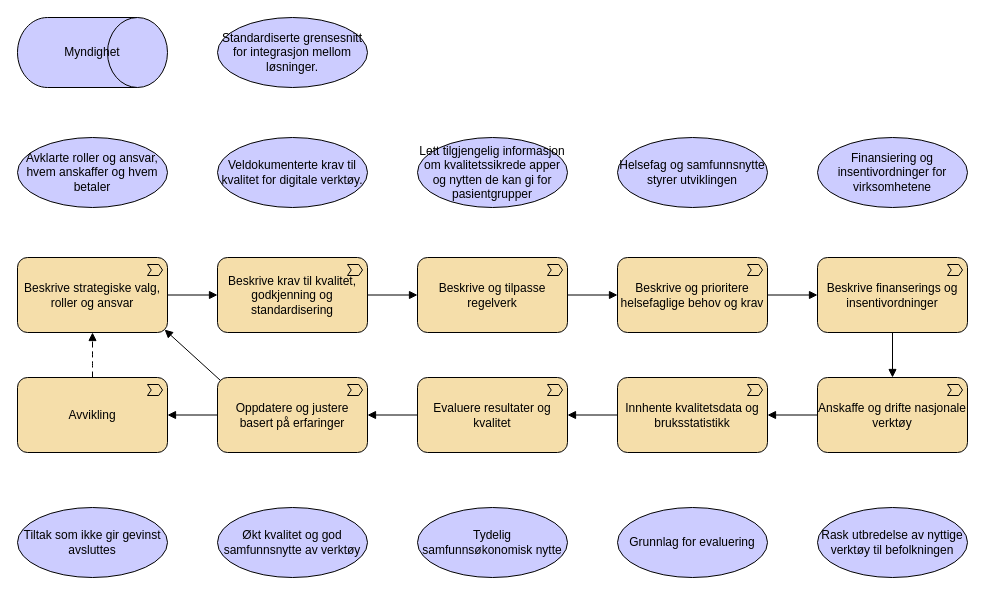
This is page "verdikjede-myndighet" (9 of 9) of docs/strategi/value-chain.drawio from hdir/Digital-Forstelinje, a draw.io file, before an edit. Source tidied: cells renumbered, new cells numbered last; positions are measured from the earlier drawing's top-left corner, leaving out a move shared by most shapes. Both pictures are drawn from the tidied source at 100%, with x=0, y=0 at pixel (17, 17).
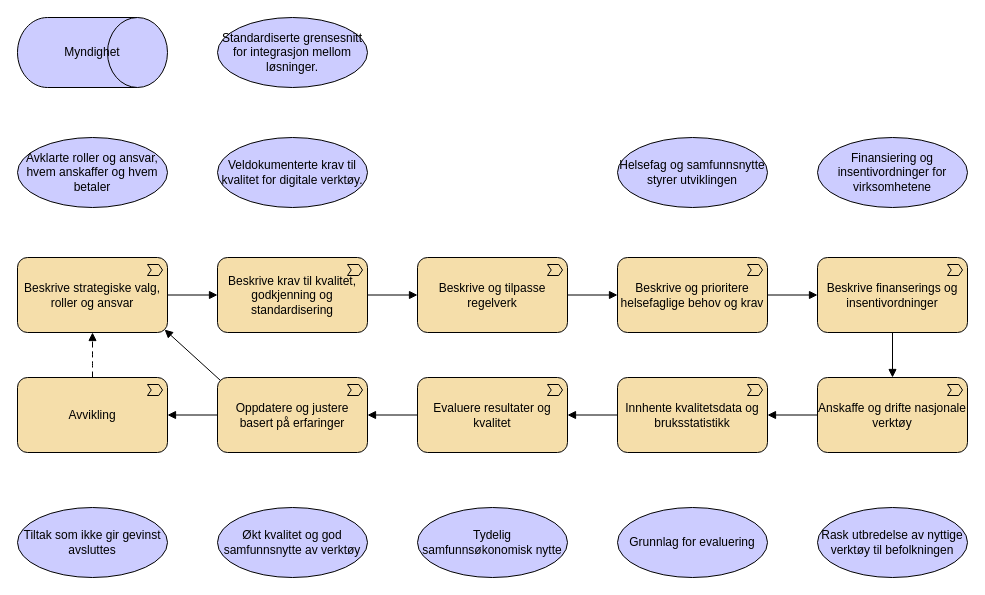
The same diagram, later.

Commit message:
oppdatert verdikjede

What changed in the source:
```diff
@@
-    <mxCell id="24" value="Lett tilgjengelig informasjon om kvalitetssikrede apper og nytten de kan gi for pasientgrupper" style="shape=ellipse;html=1;whiteSpace=wrap;fillColor=#CCCCFF;" parent="1" vertex="1">
-      <mxGeometry x="400" y="120" width="150" height="70" as="geometry" />
-    </mxCell>
```
